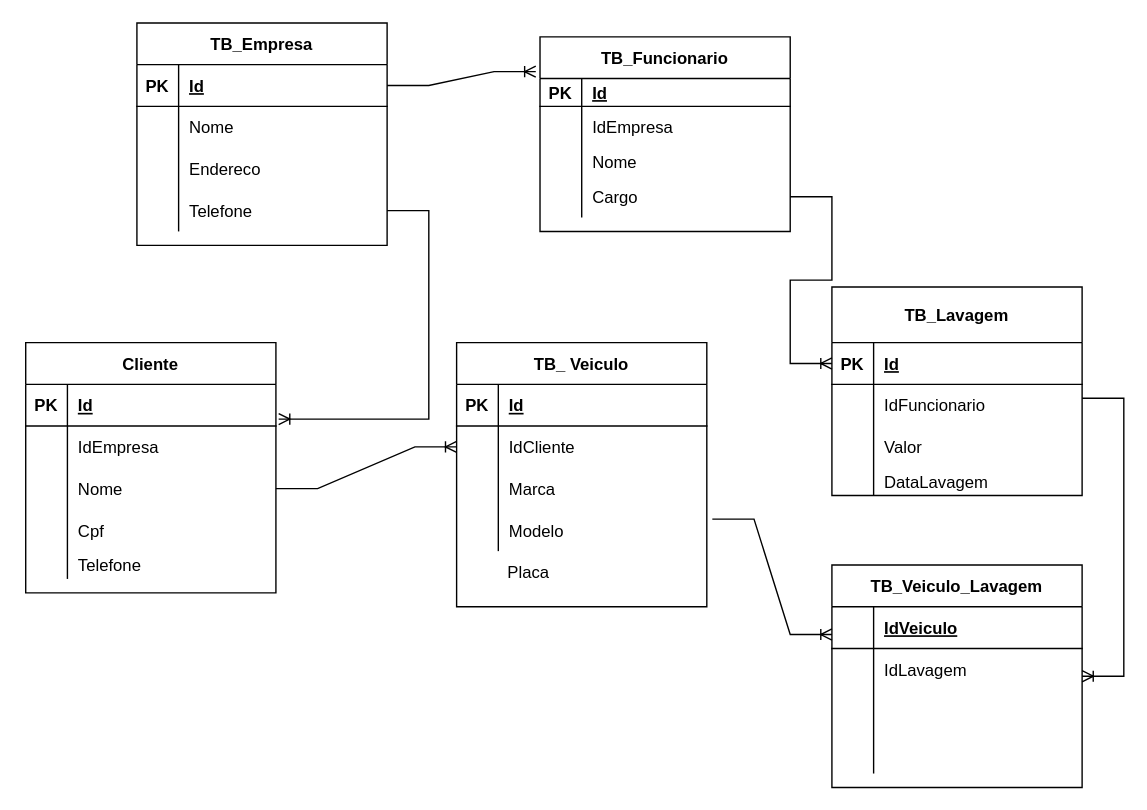
TacianaAlves/LavaRapido keeps this draw.io diagram as modelo_logico_lavaRapido/modelo de banco de dado.drawio. Above is the earlier version. Source tidied: cells renumbered, new cells numbered last; positions are measured from the earlier drawing's top-left corner, leaving out a move shared by most shapes. Both pictures are drawn from the tidied source at 139%, with x=0, y=0 at pixel (25, 22).
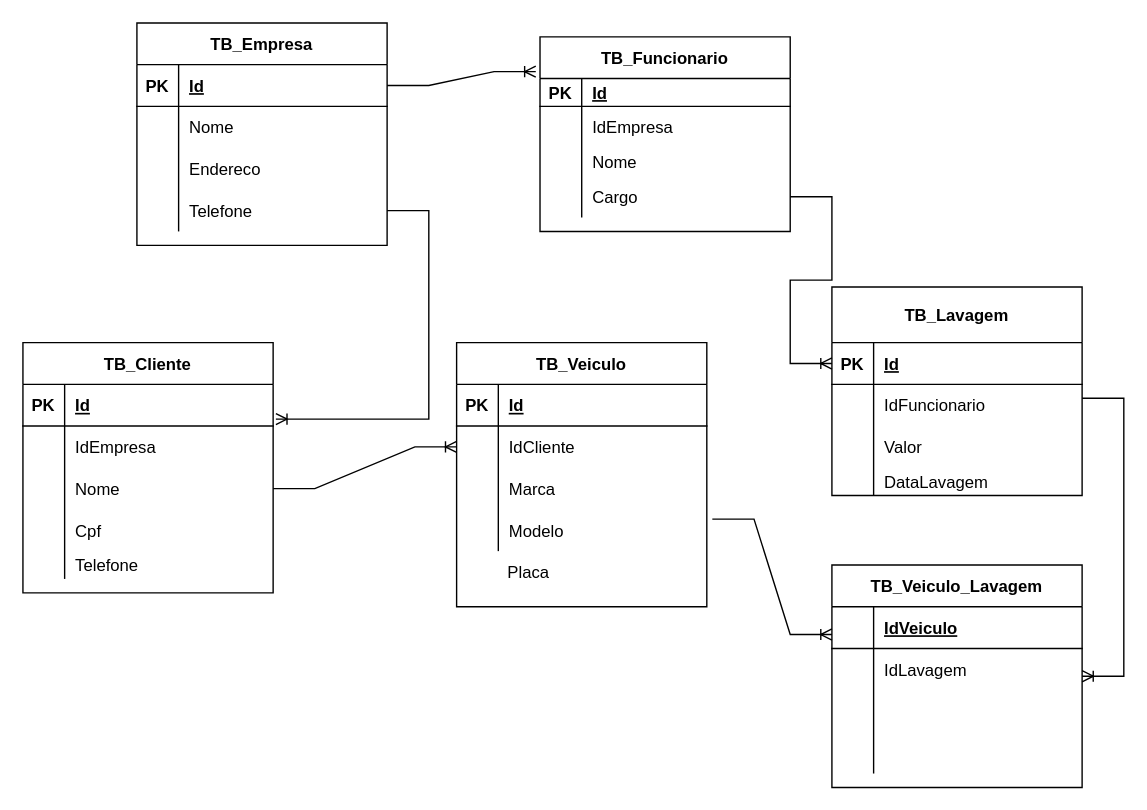
Above is the later version.

Commit message (it also covers changes not shown here):
Criação do modelo fisico do banco de dados

Change to the diagram source:
```diff
@@
-    <mxCell id="2" value="Cliente" style="shape=table;startSize=30;childLayout=tableLayout;rowLines=0;fontStyle=1;align=center;" parent="1" vertex="1">
-      <mxGeometry y="230" width="180" height="180" as="geometry" />
+    <mxCell id="2" value="TB_Cliente" style="shape=table;startSize=30;childLayout=tableLayout;rowLines=0;fontStyle=1;align=center;" parent="1" vertex="1">
+      <mxGeometry x="-2" y="230" width="180" height="180" as="geometry" />
     </mxCell>
@@
-    <mxCell id="18" value="TB_ Veiculo" style="shape=table;startSize=30;childLayout=tableLayout;rowLines=0;fontStyle=1;align=center;" parent="1" vertex="1">
+    <mxCell id="18" value="TB_Veiculo" style="shape=table;startSize=30;childLayout=tableLayout;rowLines=0;fontStyle=1;align=center;" parent="1" vertex="1">
       <mxGeometry x="310" y="230" width="180" height="190" as="geometry" />
     </mxCell>
```
